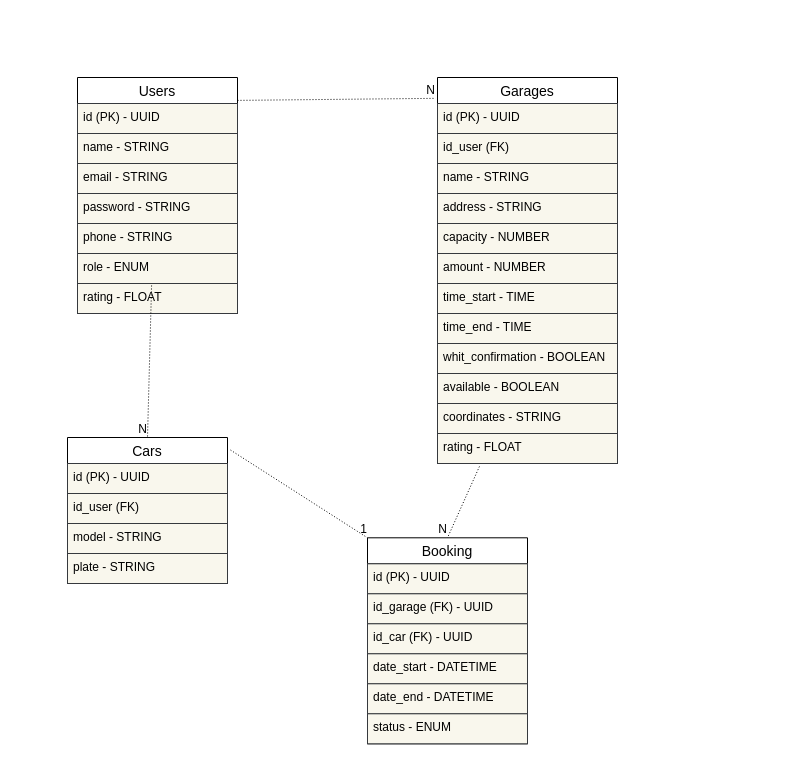
Before: backend/relationalDiagram.drawio in No-Country/s13-04-t-node-react, a draw.io diagram. Source tidied: cells renumbered, new cells numbered last; positions are measured from the earlier drawing's top-left corner, leaving out a move shared by most shapes. Both pictures are drawn from the tidied source at 100%, with x=0, y=0 at pixel (67, 77).
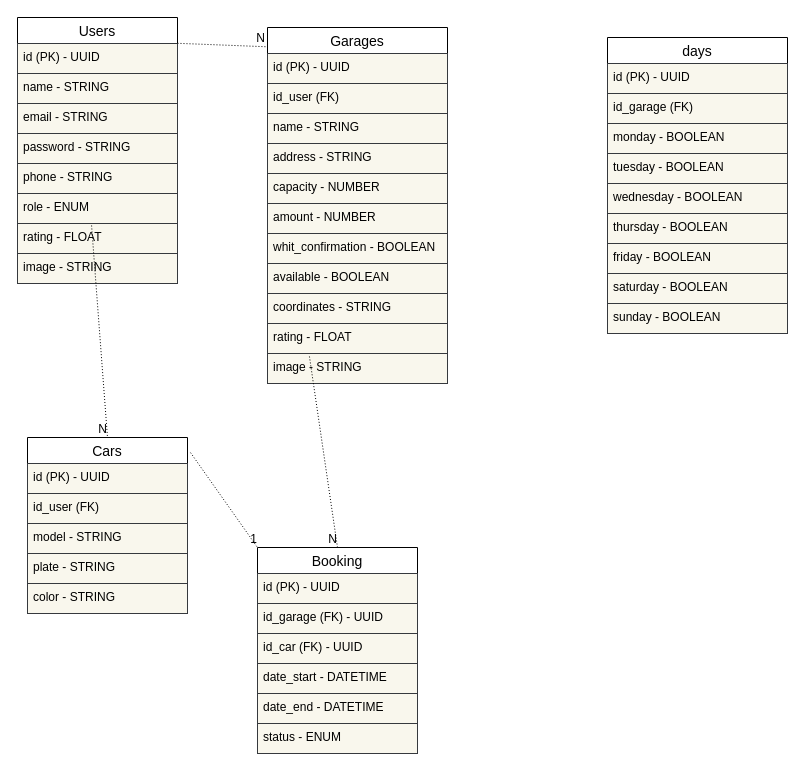
After the change.

What changed in the source:
```diff
@@
     <mxCell id="2" value="Users" style="swimlane;fontStyle=0;horizontal=1;startSize=26;align=center;fontSize=14;" parent="1" vertex="1">
-      <mxGeometry x="10" width="160" height="236" as="geometry" />
+      <mxGeometry x="-50" y="-60" width="160" height="266" as="geometry" />
     </mxCell>
@@
+    <mxCell id="43" value="image - STRING" style="text;strokeColor=#36393d;fillColor=#f9f7ed;spacingLeft=4;spacingRight=4;overflow=hidden;fontSize=12;fontColor=#000000;" parent="2" vertex="1">
+      <mxGeometry y="236" width="160" height="30" as="geometry" />
+    </mxCell>
     <mxCell id="10" value="Garages" style="swimlane;fontStyle=0;horizontal=1;startSize=26;align=center;fontSize=14;" parent="1" vertex="1">
-      <mxGeometry x="370" width="180" height="386" as="geometry" />
+      <mxGeometry x="200" y="-50" width="180" height="356" as="geometry" />
     </mxCell>
@@
-    <mxCell id="17" value="time_start - TIME" style="text;strokeColor=#36393d;fillColor=#f9f7ed;spacingLeft=4;spacingRight=4;overflow=hidden;fontSize=12;fontColor=#000000;" parent="10" vertex="1">
-      <mxGeometry y="206" width="180" height="30" as="geometry" />
-    </mxCell>
-    <mxCell id="18" value="time_end - TIME" style="text;strokeColor=#36393d;fillColor=#f9f7ed;spacingLeft=4;spacingRight=4;overflow=hidden;fontSize=12;fontColor=#000000;" parent="10" vertex="1">
-      <mxGeometry y="236" width="180" height="30" as="geometry" />
-    </mxCell>
     <mxCell id="19" value="whit_confirmation - BOOLEAN" style="text;strokeColor=#36393d;fillColor=#f9f7ed;spacingLeft=4;spacingRight=4;overflow=hidden;fontSize=12;fontColor=#000000;" parent="10" vertex="1">
-      <mxGeometry y="266" width="180" height="30" as="geometry" />
+      <mxGeometry y="206" width="180" height="30" as="geometry" />
     </mxCell>
     <mxCell id="20" value="available - BOOLEAN" style="text;strokeColor=#36393d;fillColor=#f9f7ed;spacingLeft=4;spacingRight=4;overflow=hidden;fontSize=12;fontColor=#000000;" parent="10" vertex="1">
-      <mxGeometry y="296" width="180" height="30" as="geometry" />
+      <mxGeometry y="236" width="180" height="30" as="geometry" />
     </mxCell>
     <mxCell id="21" value="coordinates - STRING" style="text;strokeColor=#36393d;fillColor=#f9f7ed;spacingLeft=4;spacingRight=4;overflow=hidden;fontSize=12;fontColor=#000000;" parent="10" vertex="1">
-      <mxGeometry y="326" width="180" height="30" as="geometry" />
+      <mxGeometry y="266" width="180" height="30" as="geometry" />
     </mxCell>
     <mxCell id="22" value="rating - FLOAT" style="text;strokeColor=#36393d;fillColor=#f9f7ed;spacingLeft=4;spacingRight=4;overflow=hidden;points=[[0,0.5],[1,0.5]];portConstraint=eastwest;fontSize=12;fontColor=#000000;" parent="10" vertex="1">
-      <mxGeometry y="356" width="180" height="30" as="geometry" />
+      <mxGeometry y="296" width="180" height="30" as="geometry" />
     </mxCell>
+    <mxCell id="44" value="image - STRING" style="text;strokeColor=#36393d;fillColor=#f9f7ed;spacingLeft=4;spacingRight=4;overflow=hidden;fontSize=12;fontColor=#000000;" parent="10" vertex="1">
+      <mxGeometry y="326" width="180" height="30" as="geometry" />
+    </mxCell>
     <mxCell id="23" value="Cars" style="swimlane;fontStyle=0;horizontal=1;startSize=26;align=center;fontSize=14;" parent="1" vertex="1">
-      <mxGeometry y="360" width="160" height="146" as="geometry" />
+      <mxGeometry x="-40" y="360" width="160" height="176" as="geometry" />
     </mxCell>
@@
+    <mxCell id="45" value="color - STRING" style="text;strokeColor=#36393d;fillColor=#f9f7ed;spacingLeft=4;spacingRight=4;overflow=hidden;fontSize=12;fontColor=#000000;" parent="23" vertex="1">
+      <mxGeometry y="146" width="160" height="30" as="geometry" />
+    </mxCell>
@@
     <mxCell id="32" value="Booking" style="swimlane;fontStyle=0;horizontal=1;startSize=26;align=center;fontSize=14;" parent="1" vertex="1">
-      <mxGeometry x="300" y="460.3" width="160" height="206" as="geometry" />
+      <mxGeometry x="190" y="470" width="160" height="206" as="geometry" />
     </mxCell>
@@
+    <mxCell id="46" value="days" style="swimlane;fontStyle=0;horizontal=1;startSize=26;align=center;fontSize=14;" parent="1" vertex="1">
+      <mxGeometry x="540" y="-40" width="180" height="296" as="geometry" />
+    </mxCell>
+    <mxCell id="47" value="id (PK) - UUID" style="text;strokeColor=#36393d;fillColor=#f9f7ed;spacingLeft=4;spacingRight=4;overflow=hidden;fontSize=12;fontColor=#000000;" parent="46" vertex="1">
+      <mxGeometry y="26" width="180" height="30" as="geometry" />
+    </mxCell>
+    <mxCell id="48" value="id_garage (FK)" style="text;strokeColor=#36393d;fillColor=#f9f7ed;spacingLeft=4;spacingRight=4;overflow=hidden;fontSize=12;fontColor=#000000;" parent="46" vertex="1">
+      <mxGeometry y="56" width="180" height="30" as="geometry" />
+    </mxCell>
+    <mxCell id="49" value="monday - BOOLEAN" style="text;strokeColor=#36393d;fillColor=#f9f7ed;spacingLeft=4;spacingRight=4;overflow=hidden;fontSize=12;fontColor=#000000;" parent="46" vertex="1">
+      <mxGeometry y="86" width="180" height="30" as="geometry" />
+    </mxCell>
+    <mxCell id="50" value="tuesday - BOOLEAN" style="text;strokeColor=#36393d;fillColor=#f9f7ed;spacingLeft=4;spacingRight=4;overflow=hidden;fontSize=12;fontColor=#000000;" parent="46" vertex="1">
+      <mxGeometry y="116" width="180" height="30" as="geometry" />
+    </mxCell>
+    <mxCell id="51" value="wednesday - BOOLEAN" style="text;strokeColor=#36393d;fillColor=#f9f7ed;spacingLeft=4;spacingRight=4;overflow=hidden;fontSize=12;fontColor=#000000;" parent="46" vertex="1">
+      <mxGeometry y="146" width="180" height="30" as="geometry" />
+    </mxCell>
+    <mxCell id="52" value="thursday - BOOLEAN" style="text;strokeColor=#36393d;fillColor=#f9f7ed;spacingLeft=4;spacingRight=4;overflow=hidden;fontSize=12;fontColor=#000000;" parent="46" vertex="1">
+      <mxGeometry y="176" width="180" height="30" as="geometry" />
+    </mxCell>
+    <mxCell id="53" value="friday - BOOLEAN" style="text;strokeColor=#36393d;fillColor=#f9f7ed;spacingLeft=4;spacingRight=4;overflow=hidden;fontSize=12;fontColor=#000000;" parent="46" vertex="1">
+      <mxGeometry y="206" width="180" height="30" as="geometry" />
+    </mxCell>
+    <mxCell id="54" value="saturday - BOOLEAN" style="text;strokeColor=#36393d;fillColor=#f9f7ed;spacingLeft=4;spacingRight=4;overflow=hidden;fontSize=12;fontColor=#000000;" parent="46" vertex="1">
+      <mxGeometry y="236" width="180" height="30" as="geometry" />
+    </mxCell>
+    <mxCell id="55" value="sunday - BOOLEAN" style="text;strokeColor=#36393d;fillColor=#f9f7ed;spacingLeft=4;spacingRight=4;overflow=hidden;fontSize=12;fontColor=#000000;" parent="46" vertex="1">
+      <mxGeometry y="266" width="180" height="30" as="geometry" />
+    </mxCell>
```
